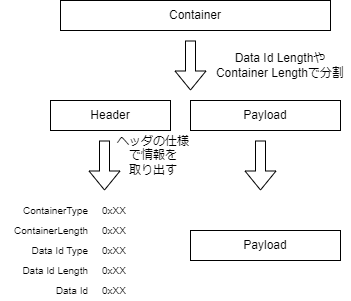
The draw.io diagram docs/spec_guide/compute_container.drawio.png in data-container-for-wearable-sensor/StartGuide, before a commit. Source tidied: cells renumbered, new cells last; positions are measured from the earlier drawing's top-left corner, leaving out a move shared by most shapes. Its diagram source:
```xml
<mxGraphModel>
  <root>
    <mxCell id="0" />
    <mxCell id="1" parent="0" />
    <mxCell id="2" value="Container" style="rounded=0;whiteSpace=wrap;html=1;" parent="1" vertex="1">
      <mxGeometry x="60" width="270" height="30" as="geometry" />
    </mxCell>
    <mxCell id="3" value="Header" style="rounded=0;whiteSpace=wrap;html=1;" parent="1" vertex="1">
      <mxGeometry x="50" y="100" width="120" height="30" as="geometry" />
    </mxCell>
    <mxCell id="4" value="Payload" style="rounded=0;whiteSpace=wrap;html=1;" parent="1" vertex="1">
      <mxGeometry x="190" y="100" width="150" height="30" as="geometry" />
    </mxCell>
    <mxCell id="5" style="shape=flexArrow;endArrow=classic;html=1;" parent="1" edge="1">
      <mxGeometry relative="1" as="geometry">
        <mxPoint x="190" y="40" as="sourcePoint" />
        <mxPoint x="190" y="90" as="targetPoint" />
      </mxGeometry>
    </mxCell>
    <mxCell id="6" value="Data Id LengthやContainer Lengthで分割" style="text;html=1;strokeColor=none;fillColor=none;align=center;verticalAlign=middle;whiteSpace=wrap;rounded=0;" parent="1" vertex="1">
      <mxGeometry x="210" y="50" width="140" height="30" as="geometry" />
    </mxCell>
    <mxCell id="7" style="shape=flexArrow;endArrow=classic;html=1;" parent="1" edge="1">
      <mxGeometry relative="1" as="geometry">
        <mxPoint x="104" y="140" as="sourcePoint" />
        <mxPoint x="104" y="190" as="targetPoint" />
      </mxGeometry>
    </mxCell>
    <mxCell id="8" value="ヘッダの仕様&lt;br&gt;で情報を&lt;br&gt;取り出す" style="text;html=1;strokeColor=none;fillColor=none;align=center;verticalAlign=middle;whiteSpace=wrap;rounded=0;" parent="1" vertex="1">
      <mxGeometry x="110" y="140" width="86" height="30" as="geometry" />
    </mxCell>
    <mxCell id="9" value="ContainerType" style="text;html=1;strokeColor=none;fillColor=none;align=right;verticalAlign=middle;whiteSpace=wrap;rounded=0;fontSize=10;" parent="1" vertex="1">
      <mxGeometry y="200" width="90" height="20" as="geometry" />
    </mxCell>
    <mxCell id="10" value="ContainerLength" style="text;html=1;strokeColor=none;fillColor=none;align=right;verticalAlign=middle;whiteSpace=wrap;rounded=0;fontSize=10;" parent="1" vertex="1">
      <mxGeometry y="220" width="90" height="20" as="geometry" />
    </mxCell>
    <mxCell id="11" value="Data Id Type" style="text;html=1;strokeColor=none;fillColor=none;align=right;verticalAlign=middle;whiteSpace=wrap;rounded=0;fontSize=10;" parent="1" vertex="1">
      <mxGeometry y="240" width="90" height="20" as="geometry" />
    </mxCell>
    <mxCell id="12" value="Data Id Length" style="text;html=1;strokeColor=none;fillColor=none;align=right;verticalAlign=middle;whiteSpace=wrap;rounded=0;fontSize=10;" parent="1" vertex="1">
      <mxGeometry y="260" width="90" height="20" as="geometry" />
    </mxCell>
    <mxCell id="13" value="Data Id" style="text;html=1;strokeColor=none;fillColor=none;align=right;verticalAlign=middle;whiteSpace=wrap;rounded=0;fontSize=10;" parent="1" vertex="1">
      <mxGeometry y="280" width="90" height="20" as="geometry" />
    </mxCell>
    <mxCell id="14" value="0xXX" style="text;html=1;strokeColor=none;fillColor=none;align=left;verticalAlign=middle;whiteSpace=wrap;rounded=0;fontSize=10;" parent="1" vertex="1">
      <mxGeometry x="100" y="200" width="40" height="20" as="geometry" />
    </mxCell>
    <mxCell id="15" value="0xXX" style="text;html=1;strokeColor=none;fillColor=none;align=left;verticalAlign=middle;whiteSpace=wrap;rounded=0;fontSize=10;" parent="1" vertex="1">
      <mxGeometry x="100" y="220" width="40" height="20" as="geometry" />
    </mxCell>
    <mxCell id="16" value="0xXX" style="text;html=1;strokeColor=none;fillColor=none;align=left;verticalAlign=middle;whiteSpace=wrap;rounded=0;fontSize=10;" parent="1" vertex="1">
      <mxGeometry x="100" y="240" width="40" height="20" as="geometry" />
    </mxCell>
    <mxCell id="17" value="0xXX" style="text;html=1;strokeColor=none;fillColor=none;align=left;verticalAlign=middle;whiteSpace=wrap;rounded=0;fontSize=10;" parent="1" vertex="1">
      <mxGeometry x="100" y="260" width="40" height="20" as="geometry" />
    </mxCell>
    <mxCell id="18" value="0xXX" style="text;html=1;strokeColor=none;fillColor=none;align=left;verticalAlign=middle;whiteSpace=wrap;rounded=0;fontSize=10;" parent="1" vertex="1">
      <mxGeometry x="100" y="280" width="40" height="20" as="geometry" />
    </mxCell>
    <mxCell id="19" value="Payload" style="rounded=0;whiteSpace=wrap;html=1;" parent="1" vertex="1">
      <mxGeometry x="190" y="230" width="150" height="30" as="geometry" />
    </mxCell>
    <mxCell id="20" style="shape=flexArrow;endArrow=classic;html=1;" parent="1" edge="1">
      <mxGeometry relative="1" as="geometry">
        <mxPoint x="260" y="140" as="sourcePoint" />
        <mxPoint x="260" y="190" as="targetPoint" />
      </mxGeometry>
    </mxCell>
  </root>
</mxGraphModel>
```
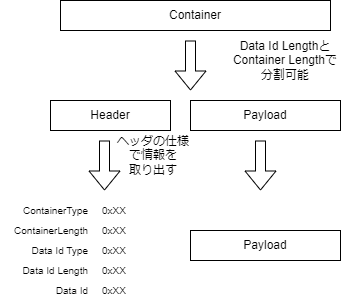
After the commit.

The edit, as a diff of the source:
```diff
@@ -17,8 +17,8 @@
         <mxPoint x="190" y="90" as="targetPoint" />
       </mxGeometry>
     </mxCell>
-    <mxCell id="6" value="Data Id LengthやContainer Lengthで分割" style="text;html=1;strokeColor=none;fillColor=none;align=center;verticalAlign=middle;whiteSpace=wrap;rounded=0;" parent="1" vertex="1">
-      <mxGeometry x="210" y="50" width="140" height="30" as="geometry" />
+    <mxCell id="6" value="Data Id Lengthと&lt;br&gt;Container Lengthで&lt;br&gt;分割可能" style="text;html=1;strokeColor=none;fillColor=none;align=center;verticalAlign=middle;whiteSpace=wrap;rounded=0;" parent="1" vertex="1">
+      <mxGeometry x="220" y="40" width="130" height="40" as="geometry" />
     </mxCell>
     <mxCell id="7" style="shape=flexArrow;endArrow=classic;html=1;" parent="1" edge="1">
       <mxGeometry relative="1" as="geometry">
```
